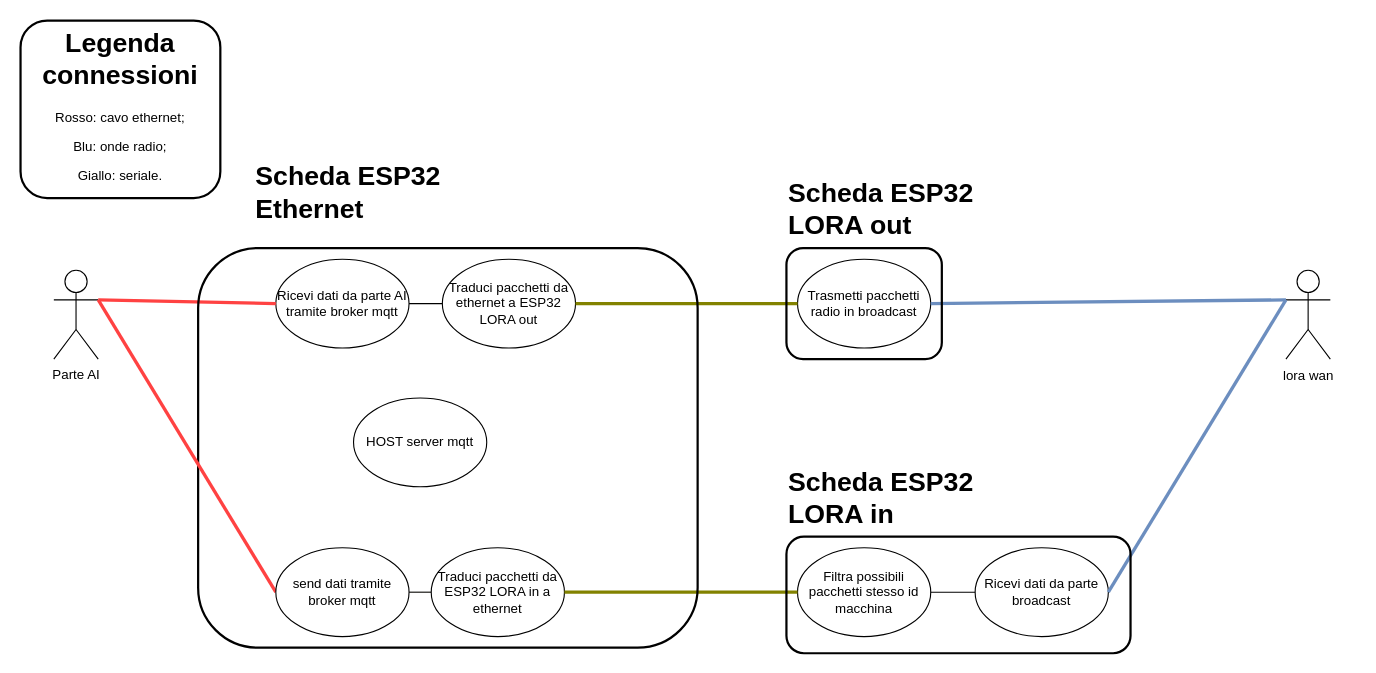
This is software/diagrams/diagramma_casi_d'uso.drawio from ZXerniXZ/VIPRA, a draw.io file, before an edit. Source tidied: cells renumbered, new cells numbered last; positions are measured from the earlier drawing's top-left corner, leaving out a move shared by most shapes. Both pictures are drawn from the tidied source at 111%, with x=0, y=0 at pixel (20, 20).
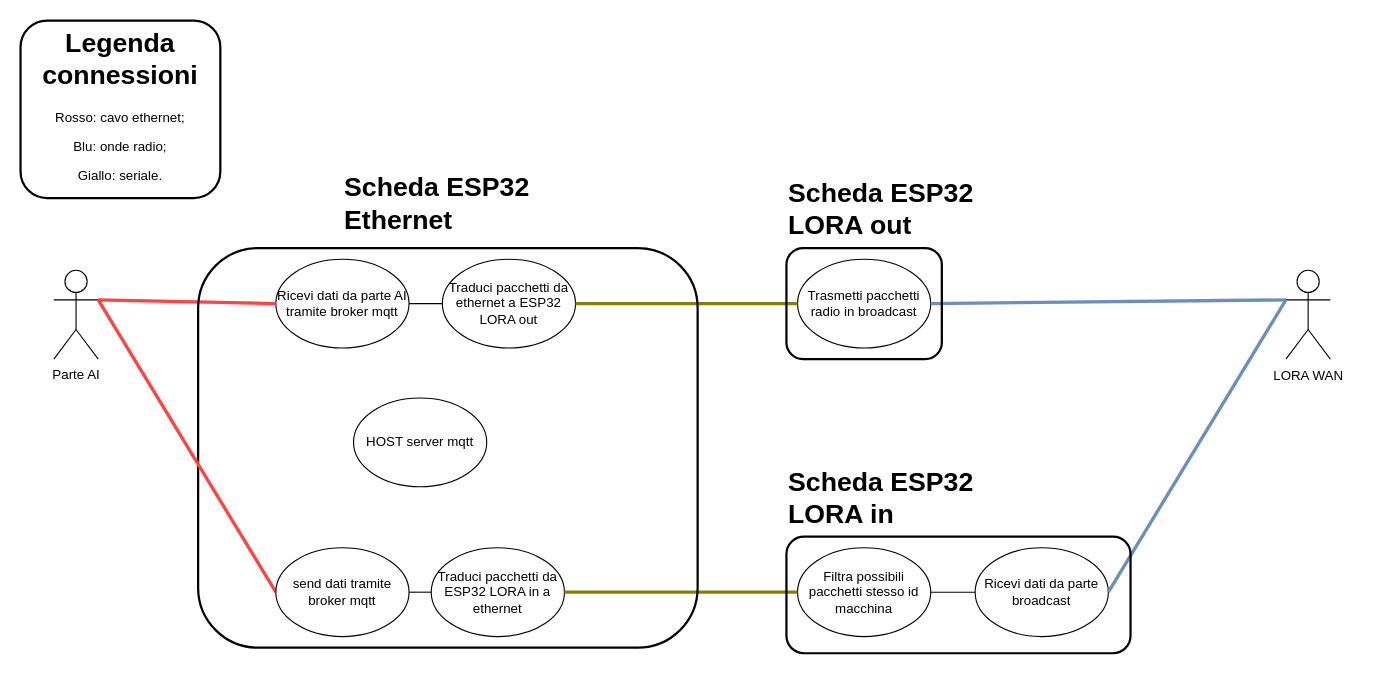
The same page after the edit.

Diff of the diagram source:
```diff
@@
     <mxCell id="19" value="&lt;h1 style=&quot;margin-top: 0px;&quot;&gt;Scheda ESP32 Ethernet&lt;/h1&gt;" style="text;html=1;whiteSpace=wrap;overflow=hidden;rounded=0;" parent="1" vertex="1">
-      <mxGeometry x="210" y="120" width="180" height="70" as="geometry" />
+      <mxGeometry x="290" y="130" width="180" height="70" as="geometry" />
     </mxCell>
@@
-    <mxCell id="28" value="lora wan" style="text;html=1;align=center;verticalAlign=middle;strokeColor=none;fillColor=none;" parent="1" vertex="1">
-      <mxGeometry x="1125" y="305" width="70" height="30" as="geometry" />
+    <mxCell id="28" value="LORA WAN" style="text;html=1;align=center;verticalAlign=middle;strokeColor=none;fillColor=none;" parent="1" vertex="1">
+      <mxGeometry x="1115" y="305" width="90" height="30" as="geometry" />
     </mxCell>
```
